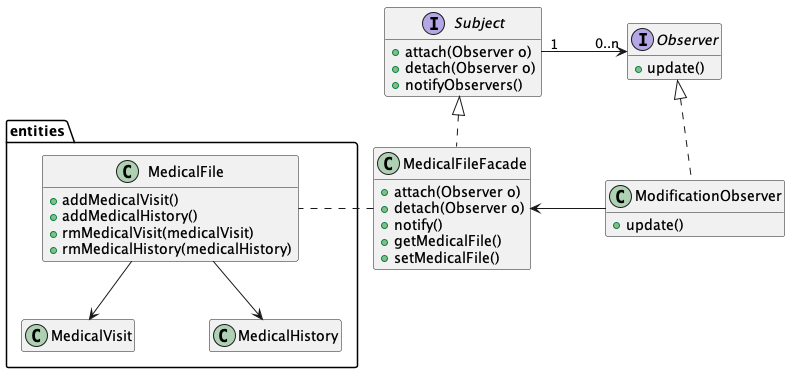
This is plantUml-partie2/observer-class.png from KevenJAntenor/Quebec-Centralized-Medical-Record-System, a PlantUML export, as it was before one commit.
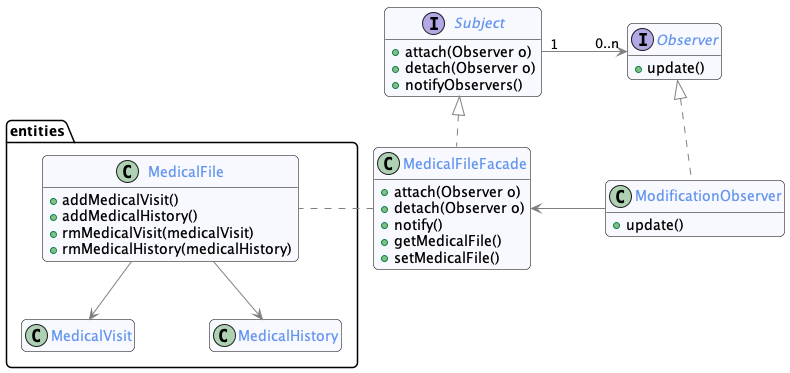
Above is the later version.

Change to the diagram source:
```diff
@@ -1,5 +1,6 @@
 @startuml
 
+!include commons.style
 skinparam nodesep 75
 skinparam ranksep 50
 hide empty members
```
